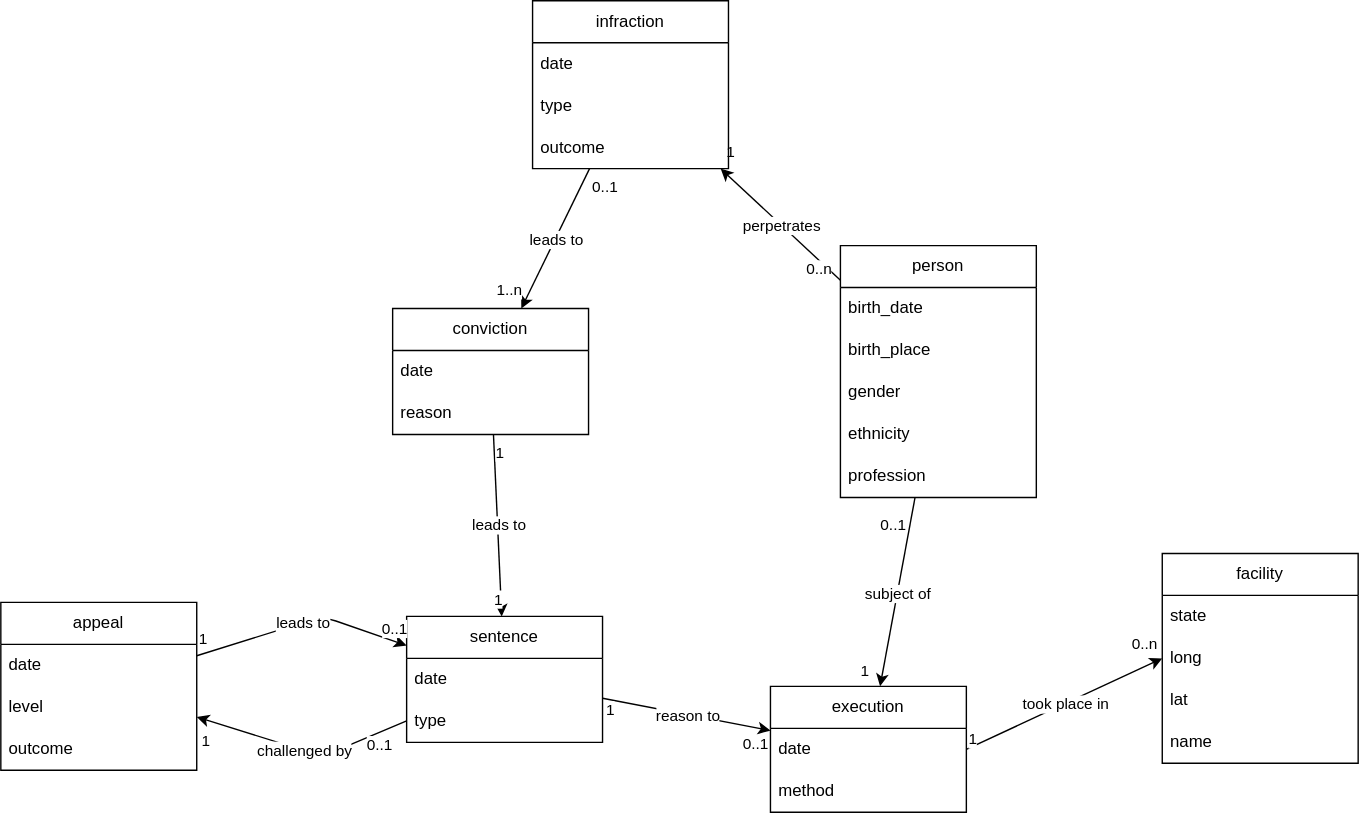
Above: documentation/diagramme.svg in felileg/HN1_unine_2026 (draw.io), before the change. Source tidied: cells renumbered, new cells last; positions are measured from the earlier drawing's top-left corner, leaving out a move shared by most shapes.
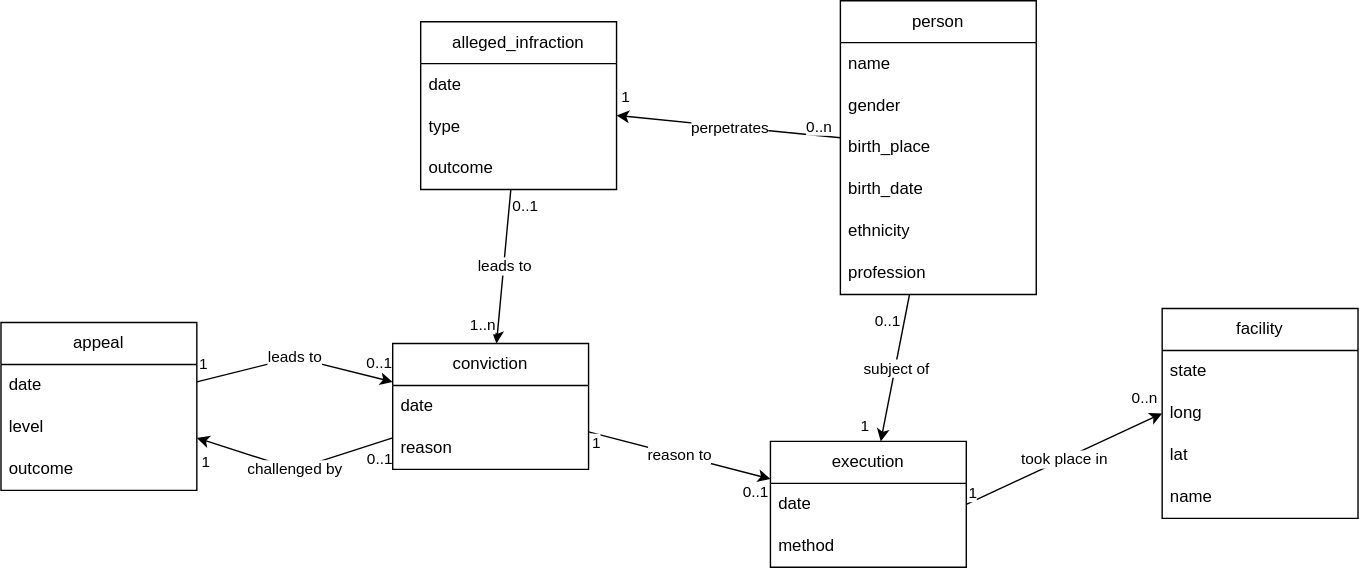
The same diagram one commit later.

The edit, as a diff of the source:
```diff
@@ -18,22 +18,25 @@
       <mxGeometry y="120" width="140" height="30" as="geometry" />
     </mxCell>
     <mxCell id="7" value="person" style="swimlane;fontStyle=0;horizontal=1;startSize=30;whiteSpace=wrap;html=1;" parent="1" vertex="1">
-      <mxGeometry x="600" y="175" width="140" height="180" as="geometry" />
+      <mxGeometry x="600" y="175" width="140" height="210" as="geometry" />
     </mxCell>
-    <mxCell id="8" value="birth_date" style="text;strokeColor=none;fillColor=none;align=left;verticalAlign=middle;spacingLeft=4;spacingRight=4;overflow=hidden;whiteSpace=wrap;html=1;" parent="7" vertex="1">
+    <mxCell id="8" value="name" style="text;strokeColor=none;fillColor=none;align=left;verticalAlign=middle;spacingLeft=4;spacingRight=4;overflow=hidden;whiteSpace=wrap;html=1;" parent="7" vertex="1">
       <mxGeometry y="30" width="140" height="30" as="geometry" />
     </mxCell>
+    <mxCell id="10" value="gender" style="text;strokeColor=none;fillColor=none;align=left;verticalAlign=middle;spacingLeft=4;spacingRight=4;overflow=hidden;whiteSpace=wrap;html=1;" parent="7" vertex="1">
+      <mxGeometry y="60" width="140" height="30" as="geometry" />
+    </mxCell>
     <mxCell id="9" value="birth_place" style="text;strokeColor=none;fillColor=none;align=left;verticalAlign=middle;spacingLeft=4;spacingRight=4;overflow=hidden;whiteSpace=wrap;html=1;" parent="7" vertex="1">
-      <mxGeometry y="60" width="140" height="30" as="geometry" />
+      <mxGeometry y="90" width="140" height="30" as="geometry" />
     </mxCell>
-    <mxCell id="10" value="gender" style="text;strokeColor=none;fillColor=none;align=left;verticalAlign=middle;spacingLeft=4;spacingRight=4;overflow=hidden;whiteSpace=wrap;html=1;" parent="7" vertex="1">
-      <mxGeometry y="90" width="140" height="30" as="geometry" />
-    </mxCell>
+    <mxCell id="62" value="birth_date" style="text;strokeColor=none;fillColor=none;align=left;verticalAlign=middle;spacingLeft=4;spacingRight=4;overflow=hidden;whiteSpace=wrap;html=1;" parent="7" vertex="1">
+      <mxGeometry y="120" width="140" height="30" as="geometry" />
+    </mxCell>
     <mxCell id="11" value="ethnicity" style="text;strokeColor=none;fillColor=none;align=left;verticalAlign=middle;spacingLeft=4;spacingRight=4;overflow=hidden;whiteSpace=wrap;html=1;" parent="7" vertex="1">
-      <mxGeometry y="120" width="140" height="30" as="geometry" />
+      <mxGeometry y="150" width="140" height="30" as="geometry" />
     </mxCell>
     <mxCell id="12" value="profession" style="text;strokeColor=none;fillColor=none;align=left;verticalAlign=middle;spacingLeft=4;spacingRight=4;overflow=hidden;whiteSpace=wrap;html=1;" parent="7" vertex="1">
-      <mxGeometry y="150" width="140" height="30" as="geometry" />
+      <mxGeometry y="180" width="140" height="30" as="geometry" />
     </mxCell>
     <mxCell id="13" value="execution" style="swimlane;fontStyle=0;horizontal=1;startSize=30;whiteSpace=wrap;html=1;" parent="1" vertex="1">
       <mxGeometry x="550" y="490" width="140" height="90" as="geometry" />
@@ -75,7 +78,7 @@
       </mxGeometry>
     </mxCell>
     <mxCell id="24" value="conviction" style="swimlane;fontStyle=0;horizontal=1;startSize=30;whiteSpace=wrap;html=1;" parent="1" vertex="1">
-      <mxGeometry x="280" y="220" width="140" height="90" as="geometry" />
+      <mxGeometry x="280" y="420" width="140" height="90" as="geometry" />
     </mxCell>
     <mxCell id="25" value="date" style="text;strokeColor=none;fillColor=none;align=left;verticalAlign=middle;spacingLeft=4;spacingRight=4;overflow=hidden;whiteSpace=wrap;html=1;" parent="24" vertex="1">
       <mxGeometry y="30" width="140" height="30" as="geometry" />
@@ -99,7 +102,7 @@
         <mxPoint x="10" y="-5" as="offset" />
       </mxGeometry>
     </mxCell>
-    <mxCell id="31" style="endArrow=classic;html=1;" parent="1" edge="1" source="43" target="13">
+    <mxCell id="31" style="endArrow=classic;html=1;" parent="1" edge="1" source="24" target="13">
       <mxGeometry relative="1" as="geometry" />
     </mxCell>
     <mxCell id="32" value="reason to" style="edgeLabel;html=1;align=center;verticalAlign=middle;" parent="31" vertex="1">
@@ -116,7 +119,7 @@
       </mxGeometry>
     </mxCell>
     <mxCell id="35" value="appeal" style="swimlane;fontStyle=0;horizontal=1;startSize=30;whiteSpace=wrap;html=1;" parent="1" vertex="1">
-      <mxGeometry y="430" width="140" height="120" as="geometry" />
+      <mxGeometry y="405" width="140" height="120" as="geometry" />
     </mxCell>
     <mxCell id="36" value="date" style="text;strokeColor=none;fillColor=none;align=left;verticalAlign=middle;spacingLeft=4;spacingRight=4;overflow=hidden;whiteSpace=wrap;html=1;" parent="35" vertex="1">
       <mxGeometry y="30" width="140" height="30" as="geometry" />
@@ -127,8 +130,8 @@
     <mxCell id="38" value="outcome" style="text;strokeColor=none;fillColor=none;align=left;verticalAlign=middle;spacingLeft=4;spacingRight=4;overflow=hidden;whiteSpace=wrap;html=1;" parent="35" vertex="1">
       <mxGeometry y="90" width="140" height="30" as="geometry" />
     </mxCell>
-    <mxCell id="39" value="infraction" style="swimlane;fontStyle=0;horizontal=1;startSize=30;whiteSpace=wrap;html=1;" parent="1" vertex="1">
-      <mxGeometry x="380" width="140" height="120" as="geometry" />
+    <mxCell id="39" value="alleged_infraction" style="swimlane;fontStyle=0;horizontal=1;startSize=30;whiteSpace=wrap;html=1;" parent="1" vertex="1">
+      <mxGeometry x="300" y="190" width="140" height="120" as="geometry" />
     </mxCell>
     <mxCell id="40" value="date" style="text;strokeColor=none;fillColor=none;align=left;verticalAlign=middle;spacingLeft=4;spacingRight=4;overflow=hidden;whiteSpace=wrap;html=1;" parent="39" vertex="1">
       <mxGeometry y="30" width="140" height="30" as="geometry" />
@@ -139,15 +142,6 @@
     <mxCell id="42" value="outcome" style="text;strokeColor=none;fillColor=none;align=left;verticalAlign=middle;spacingLeft=4;spacingRight=4;overflow=hidden;whiteSpace=wrap;html=1;" parent="39" vertex="1">
       <mxGeometry y="90" width="140" height="30" as="geometry" />
     </mxCell>
-    <mxCell id="43" value="sentence" style="swimlane;fontStyle=0;horizontal=1;startSize=30;whiteSpace=wrap;html=1;" parent="1" vertex="1">
-      <mxGeometry x="290" y="440" width="140" height="90" as="geometry" />
-    </mxCell>
-    <mxCell id="44" value="date" style="text;strokeColor=none;fillColor=none;align=left;verticalAlign=middle;spacingLeft=4;spacingRight=4;overflow=hidden;whiteSpace=wrap;html=1;" parent="43" vertex="1">
-      <mxGeometry y="30" width="140" height="30" as="geometry" />
-    </mxCell>
-    <mxCell id="45" value="type" style="text;strokeColor=none;fillColor=none;align=left;verticalAlign=middle;spacingLeft=4;spacingRight=4;overflow=hidden;whiteSpace=wrap;html=1;" parent="43" vertex="1">
-      <mxGeometry y="60" width="140" height="30" as="geometry" />
-    </mxCell>
     <mxCell id="46" style="endArrow=classic;html=1;" parent="1" edge="1" source="39" target="24">
       <mxGeometry relative="1" as="geometry" />
     </mxCell>
@@ -164,26 +158,10 @@
         <mxPoint y="-5" as="offset" />
       </mxGeometry>
     </mxCell>
-    <mxCell id="50" style="endArrow=classic;html=1;" parent="1" edge="1" source="24" target="43">
-      <mxGeometry relative="1" as="geometry" />
-    </mxCell>
-    <mxCell id="51" value="leads to" style="edgeLabel;html=1;align=center;verticalAlign=middle;" parent="50" vertex="1">
-      <mxGeometry relative="1" as="geometry" />
-    </mxCell>
-    <mxCell id="52" value="1" style="edgeLabel;html=1;align=left;verticalAlign=bottom;" parent="50" vertex="1">
-      <mxGeometry x="-1" relative="1" as="geometry">
-        <mxPoint y="20" as="offset" />
-      </mxGeometry>
-    </mxCell>
-    <mxCell id="53" value="1" style="edgeLabel;html=1;align=right;verticalAlign=bottom;" parent="50" vertex="1">
-      <mxGeometry x="1" relative="1" as="geometry">
-        <mxPoint y="-5" as="offset" />
-      </mxGeometry>
-    </mxCell>
-    <mxCell id="54" style="endArrow=classic;html=1;" parent="1" edge="1" source="43" target="35">
+    <mxCell id="54" style="endArrow=classic;html=1;" parent="1" edge="1" source="24" target="35">
       <mxGeometry relative="1" as="geometry">
         <Array as="points">
-          <mxPoint x="230" y="540" />
+          <mxPoint x="210" y="510" />
         </Array>
       </mxGeometry>
     </mxCell>
@@ -192,7 +170,7 @@
     </mxCell>
     <mxCell id="56" value="0..1" style="edgeLabel;html=1;align=left;verticalAlign=bottom;" parent="54" vertex="1">
       <mxGeometry x="-1" relative="1" as="geometry">
-        <mxPoint x="-30" y="25" as="offset" />
+        <mxPoint x="-20" y="23" as="offset" />
       </mxGeometry>
     </mxCell>
     <mxCell id="57" value="1" style="edgeLabel;html=1;align=right;verticalAlign=bottom;" parent="54" vertex="1">
@@ -200,10 +178,10 @@
         <mxPoint x="10" y="25" as="offset" />
       </mxGeometry>
     </mxCell>
-    <mxCell id="58" style="endArrow=classic;html=1;" parent="1" edge="1" source="35" target="43">
+    <mxCell id="58" style="endArrow=classic;html=1;" parent="1" edge="1" source="35" target="24">
       <mxGeometry relative="1" as="geometry">
         <Array as="points">
-          <mxPoint x="230" y="440" />
+          <mxPoint x="210" y="430" />
         </Array>
       </mxGeometry>
     </mxCell>
```
